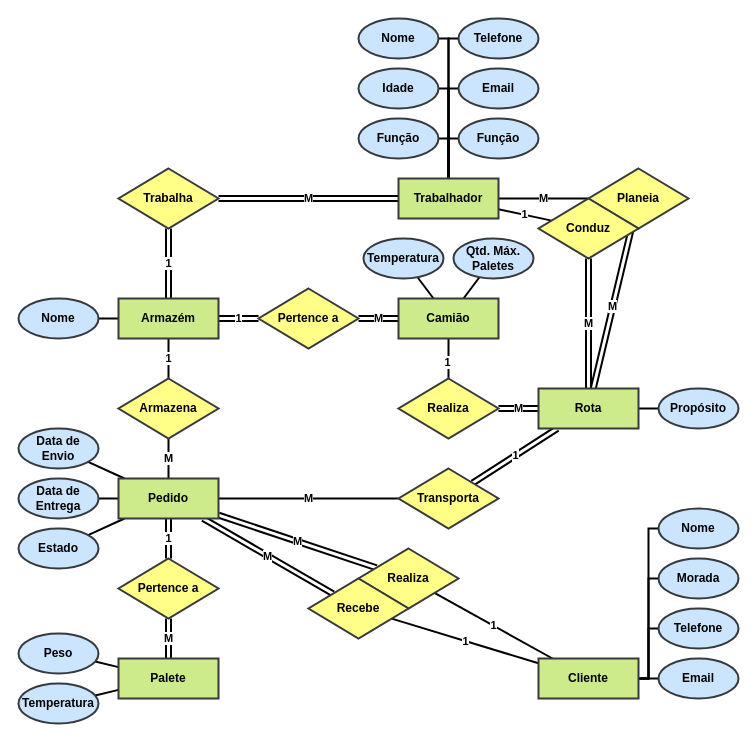
This is page "Diagrama ER (Chen)" (2 of 3) of Diagramas/diagramas.drawio from VicLourenco40/dwdm-sql-logistica, a draw.io file, before an edit. Source tidied: cells renumbered, new cells numbered last; positions are measured from the earlier drawing's top-left corner, leaving out a move shared by most shapes. Both pictures are drawn from the tidied source at 100%, with x=0, y=0 at pixel (18, 18).
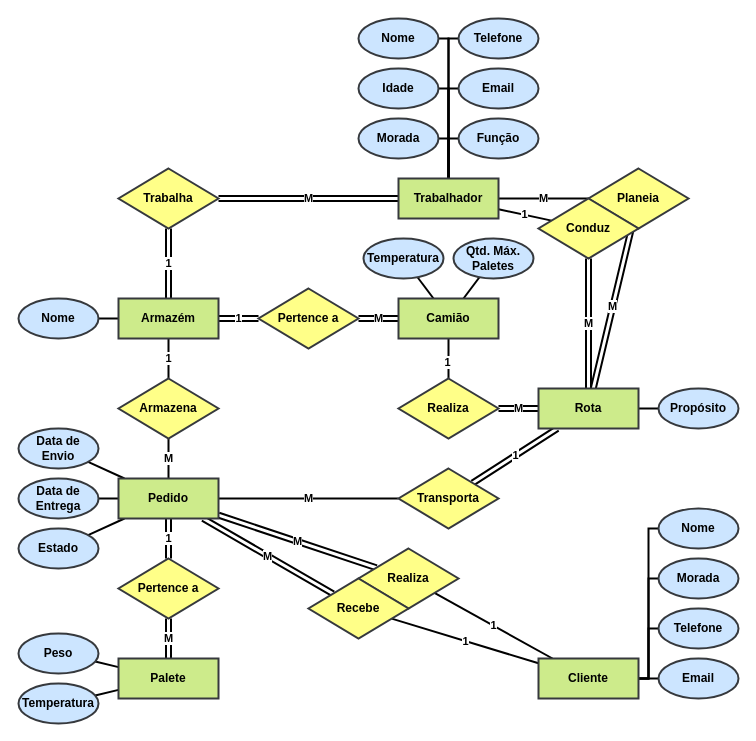
Above is the later version.

Commit message (it also covers changes not shown here):
Corrigir atributo e adicionar imagens dos diagramas

The edit, as a diff of the source:
```diff
@@
-    <mxCell id="61" value="Função" style="ellipse;whiteSpace=wrap;html=1;align=center;fontStyle=1;fillColor=#cce5ff;strokeColor=#36393d;labelBorderColor=none;strokeWidth=2;" parent="1" vertex="1">
+    <mxCell id="61" value="Morada" style="ellipse;whiteSpace=wrap;html=1;align=center;fontStyle=1;fillColor=#cce5ff;strokeColor=#36393d;labelBorderColor=none;strokeWidth=2;" parent="1" vertex="1">
       <mxGeometry x="340" y="100" width="80" height="40" as="geometry" />
     </mxCell>
```
